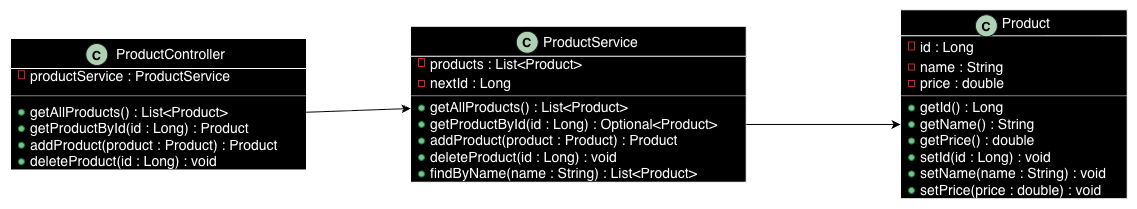
The draw.io diagram docs/uml/ProductController and ProductService.drawio.png in ranuka-ops/products-api, before a commit. Source tidied: cells renumbered, new cells last; positions are measured from the earlier drawing's top-left corner, leaving out a move shared by most shapes. Its diagram source:
```xml
<mxGraphModel>
  <root>
    <mxCell id="0" />
    <mxCell id="1" parent="0" />
    <mxCell id="2" style="group;transparentBounds=1;editIcon=1;lockedGroup=0;groupPadding=10;" parent="1" vertex="1">
      <mxGeometry as="geometry" />
    </mxCell>
    <mxCell id="3" value="Product" style="swimlane;fontStyle=0;align=center;fontSize=14;fontColor=#FFFFFF;startSize=26;spacingLeft=25;fillColor=#000000;strokeColor=#FFFFFF;horizontal=1;swimlaneFillColor=#000000;" parent="2" vertex="1">
      <mxGeometry x="930" y="51.3" width="226.8" height="188.9" as="geometry" />
    </mxCell>
    <mxCell id="4" value="C" style="ellipse;fillColor=#ADD1B2;strokeColor=#181818;fontSize=13;fontStyle=1;fontColor=#000000;" parent="3" vertex="1">
      <mxGeometry x="74.9" y="5" width="22" height="22" as="geometry" />
    </mxCell>
    <mxCell id="5" value="id : Long" style="text;html=1;align=left;verticalAlign=middle;spacingLeft=18;spacingRight=4;fillColor=none;strokeColor=none;fontSize=14;fontColor=#FFFFFF;fontStyle=0;whiteSpace=wrap;" parent="3" vertex="1">
      <mxGeometry y="27" width="226.8" height="22" as="geometry" />
    </mxCell>
    <mxCell id="6" style="rounded=0;fillColor=none;strokeColor=#C82930;strokeWidth=1;" parent="5" vertex="1">
      <mxGeometry x="8" y="5.2" width="6" height="8" as="geometry" />
    </mxCell>
    <mxCell id="7" value="name : String" style="text;html=1;align=left;verticalAlign=middle;spacingLeft=18;spacingRight=4;fillColor=none;strokeColor=none;fontSize=14;fontColor=#FFFFFF;fontStyle=0;whiteSpace=wrap;" parent="3" vertex="1">
      <mxGeometry y="49" width="226.8" height="16.5" as="geometry" />
    </mxCell>
    <mxCell id="8" style="rounded=0;fillColor=none;strokeColor=#C82930;strokeWidth=1;" parent="7" vertex="1">
      <mxGeometry x="8" y="5.2" width="6" height="6" as="geometry" />
    </mxCell>
    <mxCell id="9" value="price : double" style="text;html=1;align=left;verticalAlign=middle;spacingLeft=18;spacingRight=4;fillColor=none;strokeColor=none;fontSize=14;fontColor=#FFFFFF;fontStyle=0;whiteSpace=wrap;" parent="3" vertex="1">
      <mxGeometry y="65.5" width="226.8" height="16.5" as="geometry" />
    </mxCell>
    <mxCell id="10" style="rounded=0;fillColor=none;strokeColor=#C82930;strokeWidth=1;" parent="9" vertex="1">
      <mxGeometry x="8" y="5.2" width="6" height="6" as="geometry" />
    </mxCell>
    <mxCell id="11" style="line;strokeWidth=0.5;strokeColor=#FFFFFF;fillColor=none;align=left;verticalAlign=middle;labelPosition=right;fontColor=#FFFFFF;" parent="3" vertex="1">
      <mxGeometry y="82" width="226.8" height="8" as="geometry" />
    </mxCell>
    <mxCell id="12" value="getId() : Long" style="text;html=1;align=left;verticalAlign=middle;spacingLeft=18;spacingRight=4;fillColor=none;strokeColor=none;fontSize=14;fontColor=#FFFFFF;fontStyle=0;points=[[0,0.5],[1,0.5]];portConstraint=eastwest;whiteSpace=wrap;" parent="3" vertex="1">
      <mxGeometry y="90" width="226.8" height="16.5" as="geometry" />
    </mxCell>
    <mxCell id="13" style="ellipse;fillColor=#84BE84;strokeColor=#038048;strokeWidth=1;" parent="12" vertex="1">
      <mxGeometry x="8" y="5.2" width="6" height="6" as="geometry" />
    </mxCell>
    <mxCell id="14" value="getName() : String" style="text;html=1;align=left;verticalAlign=middle;spacingLeft=18;spacingRight=4;fillColor=none;strokeColor=none;fontSize=14;fontColor=#FFFFFF;fontStyle=0;points=[[0,0.5],[1,0.5]];portConstraint=eastwest;whiteSpace=wrap;" parent="3" vertex="1">
      <mxGeometry y="106.5" width="226.8" height="16.5" as="geometry" />
    </mxCell>
    <mxCell id="15" style="ellipse;fillColor=#84BE84;strokeColor=#038048;strokeWidth=1;" parent="14" vertex="1">
      <mxGeometry x="8" y="5.2" width="6" height="6" as="geometry" />
    </mxCell>
    <mxCell id="16" value="getPrice() : double" style="text;html=1;align=left;verticalAlign=middle;spacingLeft=18;spacingRight=4;fillColor=none;strokeColor=none;fontSize=14;fontColor=#FFFFFF;fontStyle=0;whiteSpace=wrap;" parent="3" vertex="1">
      <mxGeometry y="123" width="226.8" height="16.5" as="geometry" />
    </mxCell>
    <mxCell id="17" style="ellipse;fillColor=#84BE84;strokeColor=#038048;strokeWidth=1;" parent="16" vertex="1">
      <mxGeometry x="8" y="5.2" width="6" height="6" as="geometry" />
    </mxCell>
    <mxCell id="18" value="setId(id : Long) : void" style="text;html=1;align=left;verticalAlign=middle;spacingLeft=18;spacingRight=4;fillColor=none;strokeColor=none;fontSize=14;fontColor=#FFFFFF;fontStyle=0;whiteSpace=wrap;" parent="3" vertex="1">
      <mxGeometry y="139.4" width="226.8" height="16.5" as="geometry" />
    </mxCell>
    <mxCell id="19" style="ellipse;fillColor=#84BE84;strokeColor=#038048;strokeWidth=1;" parent="18" vertex="1">
      <mxGeometry x="8" y="5.2" width="6" height="6" as="geometry" />
    </mxCell>
    <mxCell id="20" value="setName(name : String) : void" style="text;html=1;align=left;verticalAlign=middle;spacingLeft=18;spacingRight=4;fillColor=none;strokeColor=none;fontSize=14;fontColor=#FFFFFF;fontStyle=0;whiteSpace=wrap;" parent="3" vertex="1">
      <mxGeometry y="155.9" width="226.8" height="16.5" as="geometry" />
    </mxCell>
    <mxCell id="21" style="ellipse;fillColor=#84BE84;strokeColor=#038048;strokeWidth=1;" parent="20" vertex="1">
      <mxGeometry x="8" y="5.2" width="6" height="6" as="geometry" />
    </mxCell>
    <mxCell id="22" value="setPrice(price : double) : void" style="text;html=1;align=left;verticalAlign=middle;spacingLeft=18;spacingRight=4;fillColor=none;strokeColor=none;fontSize=14;fontColor=#FFFFFF;fontStyle=0;whiteSpace=wrap;" parent="3" vertex="1">
      <mxGeometry y="172.4" width="226.8" height="16.5" as="geometry" />
    </mxCell>
    <mxCell id="23" style="ellipse;fillColor=#84BE84;strokeColor=#038048;strokeWidth=1;" parent="22" vertex="1">
      <mxGeometry x="8" y="5.2" width="6" height="6" as="geometry" />
    </mxCell>
    <mxCell id="24" value="ProductService" style="swimlane;fontStyle=0;align=center;fontSize=14;fontColor=#FFFFFF;startSize=30;spacingLeft=25;fillColor=#000000;strokeColor=#FFFFFF;horizontal=1;swimlaneFillColor=#000000;" parent="2" vertex="1">
      <mxGeometry x="440" y="67.8" width="335.8" height="155.9" as="geometry" />
    </mxCell>
    <mxCell id="25" value="C" style="ellipse;fillColor=#ADD1B2;strokeColor=#181818;fontSize=13;fontStyle=1;fontColor=#000000;" parent="24" vertex="1">
      <mxGeometry x="105.7" y="5" width="22" height="22" as="geometry" />
    </mxCell>
    <mxCell id="26" value="products : List&amp;lt;Product&amp;gt;" style="text;html=1;align=left;verticalAlign=middle;spacingLeft=18;spacingRight=4;fillColor=none;strokeColor=none;fontSize=14;fontColor=#FFFFFF;fontStyle=0;whiteSpace=wrap;" parent="24" vertex="1">
      <mxGeometry y="27" width="335.8" height="22" as="geometry" />
    </mxCell>
    <mxCell id="27" style="rounded=0;fillColor=none;strokeColor=#C82930;strokeWidth=1;" parent="26" vertex="1">
      <mxGeometry x="8" y="5.2" width="6" height="8" as="geometry" />
    </mxCell>
    <mxCell id="28" value="nextId : Long" style="text;html=1;align=left;verticalAlign=middle;spacingLeft=18;spacingRight=4;fillColor=none;strokeColor=none;fontSize=14;fontColor=#FFFFFF;fontStyle=0;whiteSpace=wrap;" parent="24" vertex="1">
      <mxGeometry y="49" width="335.8" height="16.5" as="geometry" />
    </mxCell>
    <mxCell id="29" style="rounded=0;fillColor=none;strokeColor=#C82930;strokeWidth=1;" parent="28" vertex="1">
      <mxGeometry x="8" y="5.2" width="6" height="6" as="geometry" />
    </mxCell>
    <mxCell id="30" style="line;strokeWidth=0.5;strokeColor=#FFFFFF;fillColor=none;align=left;verticalAlign=middle;labelPosition=right;fontColor=#FFFFFF;" parent="24" vertex="1">
      <mxGeometry y="65.5" width="335.8" height="8" as="geometry" />
    </mxCell>
    <mxCell id="31" value="getAllProducts() : List&amp;lt;Product&amp;gt;" style="text;html=1;align=left;verticalAlign=middle;spacingLeft=18;spacingRight=4;fillColor=none;strokeColor=none;fontSize=14;fontColor=#FFFFFF;fontStyle=0;whiteSpace=wrap;" parent="24" vertex="1">
      <mxGeometry y="73.5" width="335.8" height="16.5" as="geometry" />
    </mxCell>
    <mxCell id="32" style="ellipse;fillColor=#84BE84;strokeColor=#038048;strokeWidth=1;" parent="31" vertex="1">
      <mxGeometry x="8" y="5.2" width="6" height="6" as="geometry" />
    </mxCell>
    <mxCell id="33" value="getProductById(id : Long) : Optional&amp;lt;Product&amp;gt;" style="text;html=1;align=left;verticalAlign=middle;spacingLeft=18;spacingRight=4;fillColor=none;strokeColor=none;fontSize=14;fontColor=#FFFFFF;fontStyle=0;points=[[0,0.5],[1,0.5]];portConstraint=eastwest;whiteSpace=wrap;" parent="24" vertex="1">
      <mxGeometry y="90" width="335.8" height="16.5" as="geometry" />
    </mxCell>
    <mxCell id="34" style="ellipse;fillColor=#84BE84;strokeColor=#038048;strokeWidth=1;" parent="33" vertex="1">
      <mxGeometry x="8" y="5.2" width="6" height="6" as="geometry" />
    </mxCell>
    <mxCell id="35" value="addProduct(product : Product) : Product" style="text;html=1;align=left;verticalAlign=middle;spacingLeft=18;spacingRight=4;fillColor=none;strokeColor=none;fontSize=14;fontColor=#FFFFFF;fontStyle=0;whiteSpace=wrap;" parent="24" vertex="1">
      <mxGeometry y="106.5" width="335.8" height="16.5" as="geometry" />
    </mxCell>
    <mxCell id="36" style="ellipse;fillColor=#84BE84;strokeColor=#038048;strokeWidth=1;" parent="35" vertex="1">
      <mxGeometry x="8" y="5.2" width="6" height="6" as="geometry" />
    </mxCell>
    <mxCell id="37" value="deleteProduct(id : Long) : void" style="text;html=1;align=left;verticalAlign=middle;spacingLeft=18;spacingRight=4;fillColor=none;strokeColor=none;fontSize=14;fontColor=#FFFFFF;fontStyle=0;whiteSpace=wrap;" parent="24" vertex="1">
      <mxGeometry y="123" width="335.8" height="16.5" as="geometry" />
    </mxCell>
    <mxCell id="38" style="ellipse;fillColor=#84BE84;strokeColor=#038048;strokeWidth=1;" parent="37" vertex="1">
      <mxGeometry x="8" y="5.2" width="6" height="6" as="geometry" />
    </mxCell>
    <mxCell id="39" value="findByName(name : String) : List&amp;lt;Product&amp;gt;" style="text;html=1;align=left;verticalAlign=middle;spacingLeft=18;spacingRight=4;fillColor=none;strokeColor=none;fontSize=14;fontColor=#FFFFFF;fontStyle=0;whiteSpace=wrap;" parent="24" vertex="1">
      <mxGeometry y="139.4" width="335.8" height="16.5" as="geometry" />
    </mxCell>
    <mxCell id="40" style="ellipse;fillColor=#84BE84;strokeColor=#038048;strokeWidth=1;" parent="39" vertex="1">
      <mxGeometry x="8" y="5.2" width="6" height="6" as="geometry" />
    </mxCell>
    <mxCell id="41" value="ProductController" style="swimlane;fontStyle=0;align=center;fontSize=14;fontColor=#FFFFFF;startSize=30;spacingLeft=25;fillColor=#000000;strokeColor=#FFFFFF;horizontal=1;swimlaneFillColor=#000000;" parent="2" vertex="1">
      <mxGeometry x="39.9" y="80" width="296" height="131.4" as="geometry" />
    </mxCell>
    <mxCell id="42" value="C" style="ellipse;fillColor=#ADD1B2;strokeColor=#181818;fontSize=13;fontStyle=1;fontColor=#000000;" parent="41" vertex="1">
      <mxGeometry x="75.4" y="5" width="22" height="22" as="geometry" />
    </mxCell>
    <mxCell id="43" value="productService : ProductService" style="text;html=1;align=left;verticalAlign=middle;spacingLeft=18;spacingRight=4;fillColor=none;strokeColor=none;fontSize=14;fontColor=#FFFFFF;fontStyle=0;whiteSpace=wrap;" parent="41" vertex="1">
      <mxGeometry y="27" width="296" height="22" as="geometry" />
    </mxCell>
    <mxCell id="44" style="rounded=0;fillColor=none;strokeColor=#C82930;strokeWidth=1;" parent="43" vertex="1">
      <mxGeometry x="8" y="5.2" width="6" height="8" as="geometry" />
    </mxCell>
    <mxCell id="45" style="line;strokeWidth=0.5;strokeColor=#FFFFFF;fillColor=none;align=left;verticalAlign=middle;labelPosition=right;fontColor=#FFFFFF;" parent="41" vertex="1">
      <mxGeometry y="49" width="296" height="16.5" as="geometry" />
    </mxCell>
    <mxCell id="46" value="getAllProducts() : List&amp;lt;Product&amp;gt;" style="text;html=1;align=left;verticalAlign=middle;spacingLeft=18;spacingRight=4;fillColor=none;strokeColor=none;fontSize=14;fontColor=#FFFFFF;fontStyle=0;points=[[0,0.5],[1,0.5]];portConstraint=eastwest;whiteSpace=wrap;" parent="41" vertex="1">
      <mxGeometry y="65.5" width="296" height="16.5" as="geometry" />
    </mxCell>
    <mxCell id="47" style="ellipse;fillColor=#84BE84;strokeColor=#038048;strokeWidth=1;" parent="46" vertex="1">
      <mxGeometry x="8" y="5.2" width="6" height="6" as="geometry" />
    </mxCell>
    <mxCell id="48" value="getProductById(id : Long) : Product" style="text;html=1;align=left;verticalAlign=middle;spacingLeft=18;spacingRight=4;fillColor=none;strokeColor=none;fontSize=14;fontColor=#FFFFFF;fontStyle=0;whiteSpace=wrap;" parent="41" vertex="1">
      <mxGeometry y="82" width="296" height="16.5" as="geometry" />
    </mxCell>
    <mxCell id="49" style="ellipse;fillColor=#84BE84;strokeColor=#038048;strokeWidth=1;" parent="48" vertex="1">
      <mxGeometry x="8" y="5.2" width="6" height="6" as="geometry" />
    </mxCell>
    <mxCell id="50" value="addProduct(product : Product) : Product" style="text;html=1;align=left;verticalAlign=middle;spacingLeft=18;spacingRight=4;fillColor=none;strokeColor=none;fontSize=14;fontColor=#FFFFFF;fontStyle=0;whiteSpace=wrap;" parent="41" vertex="1">
      <mxGeometry y="98.5" width="296" height="16.5" as="geometry" />
    </mxCell>
    <mxCell id="51" style="ellipse;fillColor=#84BE84;strokeColor=#038048;strokeWidth=1;" parent="50" vertex="1">
      <mxGeometry x="8" y="5.2" width="6" height="6" as="geometry" />
    </mxCell>
    <mxCell id="52" value="deleteProduct(id : Long) : void" style="text;html=1;align=left;verticalAlign=middle;spacingLeft=18;spacingRight=4;fillColor=none;strokeColor=none;fontSize=14;fontColor=#FFFFFF;fontStyle=0;whiteSpace=wrap;" parent="41" vertex="1">
      <mxGeometry y="115" width="296" height="16.5" as="geometry" />
    </mxCell>
    <mxCell id="53" style="ellipse;fillColor=#84BE84;strokeColor=#038048;strokeWidth=1;" parent="52" vertex="1">
      <mxGeometry x="8" y="5.2" width="6" height="6" as="geometry" />
    </mxCell>
    <mxCell id="54" style="dashed=1;endArrow=classic;endFill=1;endSize=8;html=1;strokeColor=#FFFFFF;fontColor=#000000;fontSize=13;curved=0;rounded=0;sourcePerimeterSpacing=0;targetPerimeterSpacing=0;" parent="2" edge="1" source="41" target="24">
      <mxGeometry relative="1" as="geometry" />
    </mxCell>
    <mxCell id="55" style="endArrow=classic;endFill=1;endSize=8;html=1;strokeColor=#FFFFFF;fontColor=#000000;fontSize=13;curved=0;rounded=0;sourcePerimeterSpacing=0;targetPerimeterSpacing=0;" parent="2" edge="1" source="24" target="3">
      <mxGeometry relative="1" as="geometry" />
    </mxCell>
    <mxCell id="56" style="endArrow=classic;html=1;rounded=0;exitX=1;exitY=0.5;exitDx=0;exitDy=0;entryX=0;entryY=0.5;entryDx=0;entryDy=0;" parent="2" edge="1" source="33" target="14">
      <mxGeometry relative="1" as="geometry" />
    </mxCell>
    <mxCell id="57" style="endArrow=classic;html=1;rounded=0;exitX=1;exitY=0.5;exitDx=0;exitDy=0;" parent="1" edge="1" source="46">
      <mxGeometry relative="1" as="geometry">
        <mxPoint x="440" y="150" as="targetPoint" />
      </mxGeometry>
    </mxCell>
  </root>
</mxGraphModel>
```
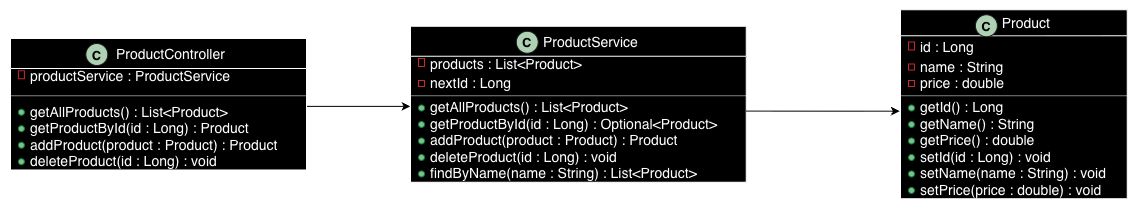
The same diagram one commit later.

Commit message:
Tutorial week 3: diagram

Diff of the diagram source:
```diff
@@ -158,19 +158,15 @@
     <mxCell id="53" style="ellipse;fillColor=#84BE84;strokeColor=#038048;strokeWidth=1;" parent="52" vertex="1">
       <mxGeometry x="8" y="5.2" width="6" height="6" as="geometry" />
     </mxCell>
-    <mxCell id="54" style="dashed=1;endArrow=classic;endFill=1;endSize=8;html=1;strokeColor=#FFFFFF;fontColor=#000000;fontSize=13;curved=0;rounded=0;sourcePerimeterSpacing=0;targetPerimeterSpacing=0;" parent="2" edge="1" source="41" target="24">
-      <mxGeometry relative="1" as="geometry" />
-    </mxCell>
-    <mxCell id="55" style="endArrow=classic;endFill=1;endSize=8;html=1;strokeColor=#FFFFFF;fontColor=#000000;fontSize=13;curved=0;rounded=0;sourcePerimeterSpacing=0;targetPerimeterSpacing=0;" parent="2" edge="1" source="24" target="3">
-      <mxGeometry relative="1" as="geometry" />
-    </mxCell>
-    <mxCell id="56" style="endArrow=classic;html=1;rounded=0;exitX=1;exitY=0.5;exitDx=0;exitDy=0;entryX=0;entryY=0.5;entryDx=0;entryDy=0;" parent="2" edge="1" source="33" target="14">
-      <mxGeometry relative="1" as="geometry" />
-    </mxCell>
-    <mxCell id="57" style="endArrow=classic;html=1;rounded=0;exitX=1;exitY=0.5;exitDx=0;exitDy=0;" parent="1" edge="1" source="46">
-      <mxGeometry relative="1" as="geometry">
-        <mxPoint x="440" y="150" as="targetPoint" />
-      </mxGeometry>
-    </mxCell>
+    <mxCell id="58" style="endArrow=classic;html=1;rounded=0;exitX=1.002;exitY=0.145;exitDx=0;exitDy=0;exitPerimeter=0;strokeColor=light-dark(#000000,#030303);entryX=-0.003;entryY=0.695;entryDx=0;entryDy=0;entryPerimeter=0;" parent="2" edge="1" target="12">
+      <mxGeometry relative="1" as="geometry">
+        <mxPoint x="775.8" y="152.6" as="sourcePoint" />
+      </mxGeometry>
+    </mxCell>
+    <mxCell id="59" style="endArrow=classic;html=1;rounded=0;exitX=1.002;exitY=0.145;exitDx=0;exitDy=0;exitPerimeter=0;strokeColor=light-dark(#000000,#030303);" parent="1" edge="1" source="46">
+      <mxGeometry relative="1" as="geometry">
+        <mxPoint x="440" y="147.9" as="targetPoint" />
+      </mxGeometry>
+    </mxCell>
   </root>
 </mxGraphModel>
```
